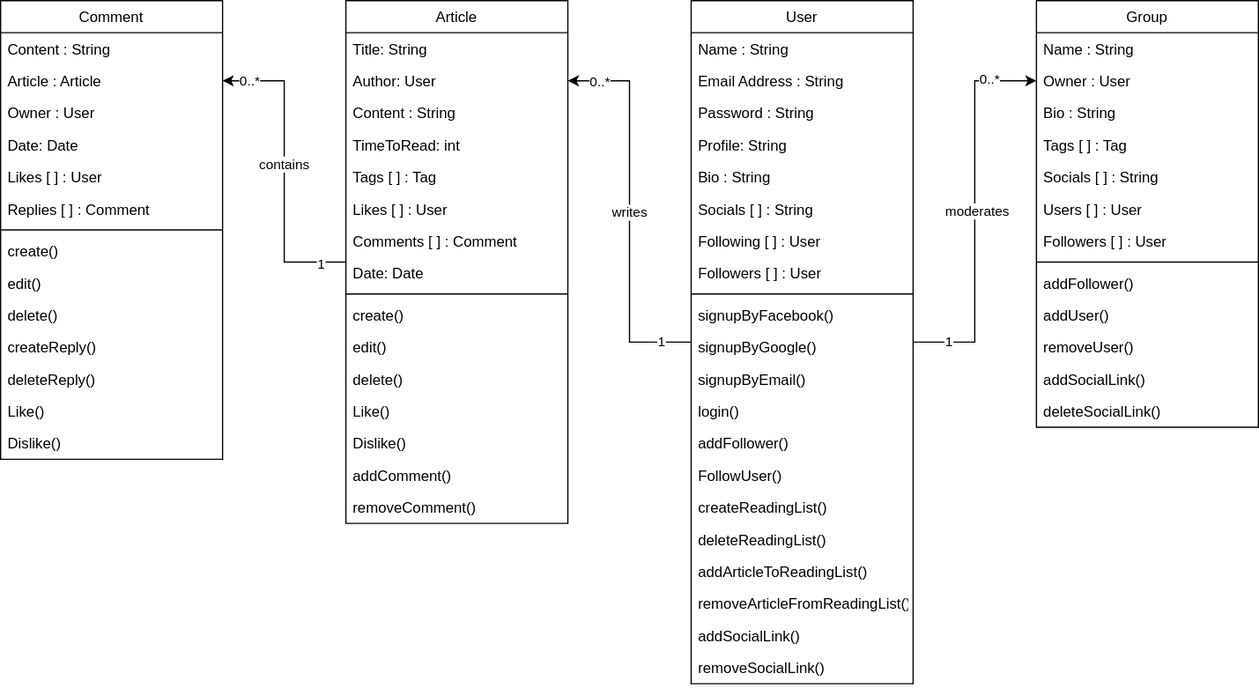
AhmadTripleA/MediumDotCom-Clone keeps this draw.io diagram as Class Diagram.svg. Above is the earlier version. Source tidied: cells renumbered, new cells last; positions are measured from the earlier drawing's top-left corner, leaving out a move shared by most shapes.
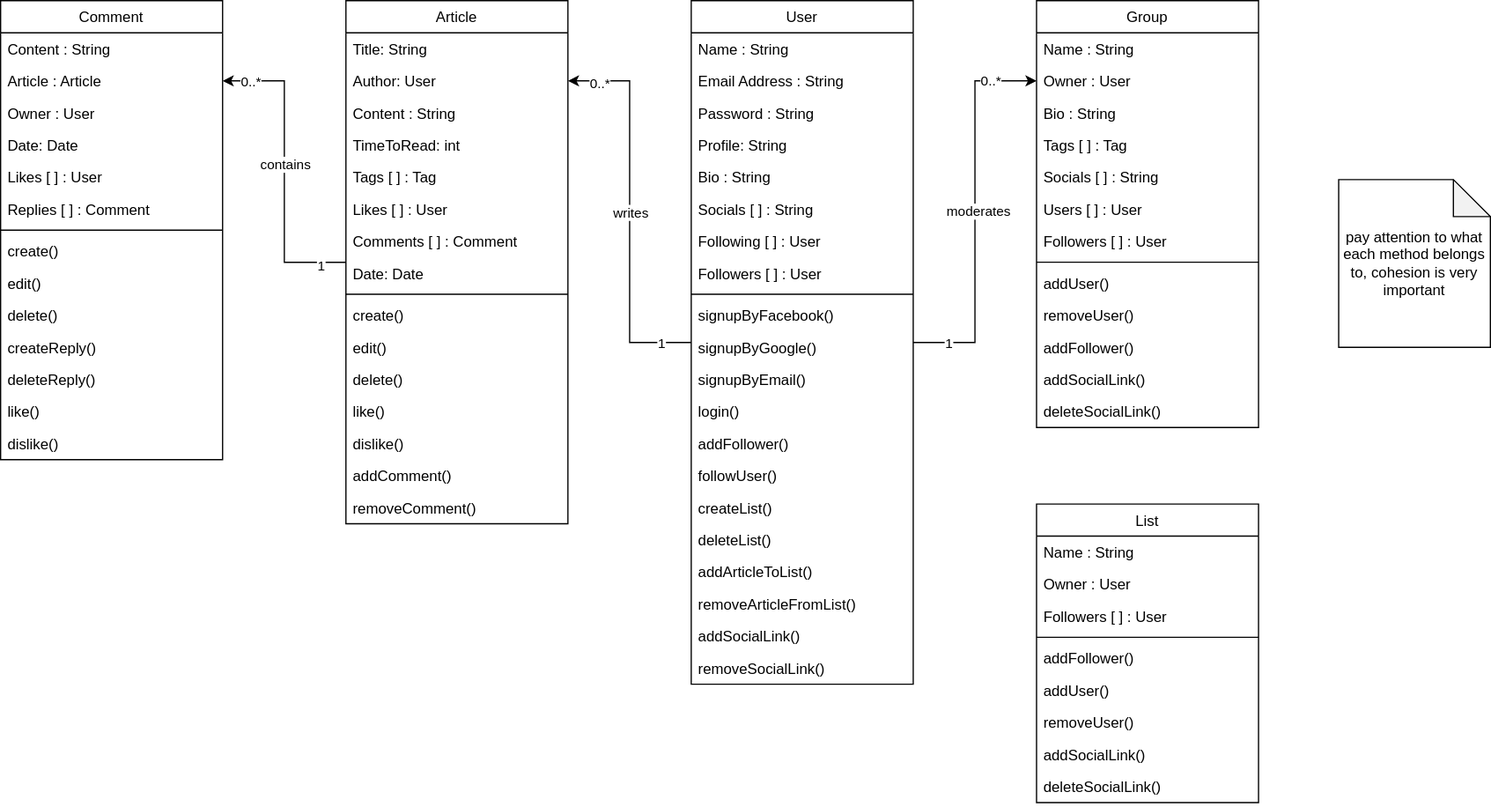
Later version of the same file.

Diff of the diagram source:
```diff
@@ -79,19 +79,19 @@
     <mxCell id="24" value="addFollower()" style="text;align=left;verticalAlign=top;spacingLeft=4;spacingRight=4;overflow=hidden;" parent="10" vertex="1">
       <mxGeometry y="346" width="180" height="26" as="geometry" />
     </mxCell>
-    <mxCell id="25" value="FollowUser()" style="text;align=left;verticalAlign=top;spacingLeft=4;spacingRight=4;overflow=hidden;" parent="10" vertex="1">
+    <mxCell id="25" value="followUser()" style="text;align=left;verticalAlign=top;spacingLeft=4;spacingRight=4;overflow=hidden;" parent="10" vertex="1">
       <mxGeometry y="372" width="180" height="26" as="geometry" />
     </mxCell>
-    <mxCell id="26" value="createReadingList()" style="text;align=left;verticalAlign=top;spacingLeft=4;spacingRight=4;overflow=hidden;" parent="10" vertex="1">
-      <mxGeometry y="398" width="180" height="26" as="geometry" />
-    </mxCell>
-    <mxCell id="27" value="deleteReadingList()" style="text;align=left;verticalAlign=top;spacingLeft=4;spacingRight=4;overflow=hidden;" parent="10" vertex="1">
-      <mxGeometry y="424" width="180" height="26" as="geometry" />
-    </mxCell>
+    <mxCell id="82" value="createList()" style="text;align=left;verticalAlign=top;spacingLeft=4;spacingRight=4;overflow=hidden;" parent="10" vertex="1">
+      <mxGeometry y="398" width="180" height="26" as="geometry" />
+    </mxCell>
+    <mxCell id="83" value="deleteList()" style="text;align=left;verticalAlign=top;spacingLeft=4;spacingRight=4;overflow=hidden;" parent="10" vertex="1">
+      <mxGeometry y="424" width="180" height="26" as="geometry" />
+    </mxCell>
-    <mxCell id="28" value="addArticleToReadingList()" style="text;align=left;verticalAlign=top;spacingLeft=4;spacingRight=4;overflow=hidden;" parent="10" vertex="1">
+    <mxCell id="28" value="addArticleToList()" style="text;align=left;verticalAlign=top;spacingLeft=4;spacingRight=4;overflow=hidden;" parent="10" vertex="1">
       <mxGeometry y="450" width="180" height="26" as="geometry" />
     </mxCell>
-    <mxCell id="29" value="removeArticleFromReadingList()" style="text;align=left;verticalAlign=top;spacingLeft=4;spacingRight=4;overflow=hidden;" parent="10" vertex="1">
+    <mxCell id="29" value="removeArticleFromList()" style="text;align=left;verticalAlign=top;spacingLeft=4;spacingRight=4;overflow=hidden;" parent="10" vertex="1">
       <mxGeometry y="476" width="180" height="26" as="geometry" />
     </mxCell>
     <mxCell id="30" value="addSocialLink()" style="text;align=left;verticalAlign=top;spacingLeft=4;spacingRight=4;overflow=hidden;" parent="10" vertex="1">
@@ -127,15 +127,15 @@
     <mxCell id="40" style="line;html=1;strokeWidth=1;align=left;verticalAlign=middle;spacingTop=-1;spacingLeft=3;spacingRight=3;labelPosition=right;" parent="32" vertex="1">
       <mxGeometry y="208" width="180" height="8" as="geometry" />
     </mxCell>
-    <mxCell id="41" value="addFollower()" style="text;align=left;verticalAlign=top;spacingLeft=4;spacingRight=4;overflow=hidden;" parent="32" vertex="1">
-      <mxGeometry y="216" width="180" height="26" as="geometry" />
-    </mxCell>
     <mxCell id="42" value="addUser()" style="text;align=left;verticalAlign=top;spacingLeft=4;spacingRight=4;overflow=hidden;" parent="32" vertex="1">
-      <mxGeometry y="242" width="180" height="26" as="geometry" />
+      <mxGeometry y="216" width="180" height="26" as="geometry" />
     </mxCell>
     <mxCell id="43" value="removeUser()" style="text;align=left;verticalAlign=top;spacingLeft=4;spacingRight=4;overflow=hidden;" parent="32" vertex="1">
-      <mxGeometry y="268" width="180" height="26" as="geometry" />
+      <mxGeometry y="242" width="180" height="26" as="geometry" />
     </mxCell>
+    <mxCell id="41" value="addFollower()" style="text;align=left;verticalAlign=top;spacingLeft=4;spacingRight=4;overflow=hidden;" parent="32" vertex="1">
+      <mxGeometry y="268" width="180" height="26" as="geometry" />
+    </mxCell>
     <mxCell id="44" value="addSocialLink()" style="text;align=left;verticalAlign=top;spacingLeft=4;spacingRight=4;overflow=hidden;" parent="32" vertex="1">
       <mxGeometry y="294" width="180" height="26" as="geometry" />
     </mxCell>
@@ -195,10 +195,10 @@
     <mxCell id="62" value="delete()" style="text;align=left;verticalAlign=top;spacingLeft=4;spacingRight=4;overflow=hidden;" parent="50" vertex="1">
       <mxGeometry y="294" width="180" height="26" as="geometry" />
     </mxCell>
-    <mxCell id="63" value="Like()" style="text;align=left;verticalAlign=top;spacingLeft=4;spacingRight=4;overflow=hidden;" parent="50" vertex="1">
+    <mxCell id="63" value="like()" style="text;align=left;verticalAlign=top;spacingLeft=4;spacingRight=4;overflow=hidden;" parent="50" vertex="1">
       <mxGeometry y="320" width="180" height="26" as="geometry" />
     </mxCell>
-    <mxCell id="64" value="Dislike()" style="text;align=left;verticalAlign=top;spacingLeft=4;spacingRight=4;overflow=hidden;" parent="50" vertex="1">
+    <mxCell id="64" value="dislike()" style="text;align=left;verticalAlign=top;spacingLeft=4;spacingRight=4;overflow=hidden;" parent="50" vertex="1">
       <mxGeometry y="346" width="180" height="26" as="geometry" />
     </mxCell>
     <mxCell id="65" value="addComment()" style="text;align=left;verticalAlign=top;spacingLeft=4;spacingRight=4;overflow=hidden;" parent="50" vertex="1">
@@ -246,11 +246,44 @@
     <mxCell id="79" value="deleteReply()" style="text;align=left;verticalAlign=top;spacingLeft=4;spacingRight=4;overflow=hidden;" parent="67" vertex="1">
       <mxGeometry y="294" width="180" height="26" as="geometry" />
     </mxCell>
-    <mxCell id="80" value="Like()" style="text;align=left;verticalAlign=top;spacingLeft=4;spacingRight=4;overflow=hidden;" parent="67" vertex="1">
+    <mxCell id="80" value="like()" style="text;align=left;verticalAlign=top;spacingLeft=4;spacingRight=4;overflow=hidden;" parent="67" vertex="1">
       <mxGeometry y="320" width="180" height="26" as="geometry" />
     </mxCell>
-    <mxCell id="81" value="Dislike()" style="text;align=left;verticalAlign=top;spacingLeft=4;spacingRight=4;overflow=hidden;" parent="67" vertex="1">
+    <mxCell id="81" value="dislike()" style="text;align=left;verticalAlign=top;spacingLeft=4;spacingRight=4;overflow=hidden;" parent="67" vertex="1">
       <mxGeometry y="346" width="180" height="26" as="geometry" />
     </mxCell>
+    <mxCell id="84" value="List" style="swimlane;fontStyle=0;align=center;verticalAlign=top;horizontal=1;startSize=26;rounded=0;shadow=0;strokeWidth=1;" parent="1" vertex="1">
+      <mxGeometry x="840" y="408" width="180" height="242" as="geometry" />
+    </mxCell>
+    <mxCell id="85" value="Name : String" style="text;align=left;verticalAlign=top;spacingLeft=4;spacingRight=4;overflow=hidden;" parent="84" vertex="1">
+      <mxGeometry y="26" width="180" height="26" as="geometry" />
+    </mxCell>
+    <mxCell id="86" value="Owner : User" style="text;align=left;verticalAlign=top;spacingLeft=4;spacingRight=4;overflow=hidden;rounded=0;shadow=0;html=0;" parent="84" vertex="1">
+      <mxGeometry y="52" width="180" height="26" as="geometry" />
+    </mxCell>
+    <mxCell id="87" value="Followers [ ] : User" style="text;align=left;verticalAlign=top;spacingLeft=4;spacingRight=4;overflow=hidden;rounded=0;shadow=0;html=0;" parent="84" vertex="1">
+      <mxGeometry y="78" width="180" height="26" as="geometry" />
+    </mxCell>
+    <mxCell id="88" style="line;html=1;strokeWidth=1;align=left;verticalAlign=middle;spacingTop=-1;spacingLeft=3;spacingRight=3;labelPosition=right;" parent="84" vertex="1">
+      <mxGeometry y="104" width="180" height="8" as="geometry" />
+    </mxCell>
+    <mxCell id="89" value="addFollower()" style="text;align=left;verticalAlign=top;spacingLeft=4;spacingRight=4;overflow=hidden;" parent="84" vertex="1">
+      <mxGeometry y="112" width="180" height="26" as="geometry" />
+    </mxCell>
+    <mxCell id="90" value="addUser()" style="text;align=left;verticalAlign=top;spacingLeft=4;spacingRight=4;overflow=hidden;" parent="84" vertex="1">
+      <mxGeometry y="138" width="180" height="26" as="geometry" />
+    </mxCell>
+    <mxCell id="91" value="removeUser()" style="text;align=left;verticalAlign=top;spacingLeft=4;spacingRight=4;overflow=hidden;" parent="84" vertex="1">
+      <mxGeometry y="164" width="180" height="26" as="geometry" />
+    </mxCell>
+    <mxCell id="92" value="addSocialLink()" style="text;align=left;verticalAlign=top;spacingLeft=4;spacingRight=4;overflow=hidden;" parent="84" vertex="1">
+      <mxGeometry y="190" width="180" height="26" as="geometry" />
+    </mxCell>
+    <mxCell id="93" value="deleteSocialLink()" style="text;align=left;verticalAlign=top;spacingLeft=4;spacingRight=4;overflow=hidden;" parent="84" vertex="1">
+      <mxGeometry y="216" width="180" height="26" as="geometry" />
+    </mxCell>
+    <mxCell id="94" value="pay attention to what each method belongs to, cohesion is very important" style="shape=note;whiteSpace=wrap;html=1;backgroundOutline=1;darkOpacity=0.05;" parent="1" vertex="1">
+      <mxGeometry x="1085" y="145" width="123" height="136" as="geometry" />
+    </mxCell>
   </root>
 </mxGraphModel>
```
